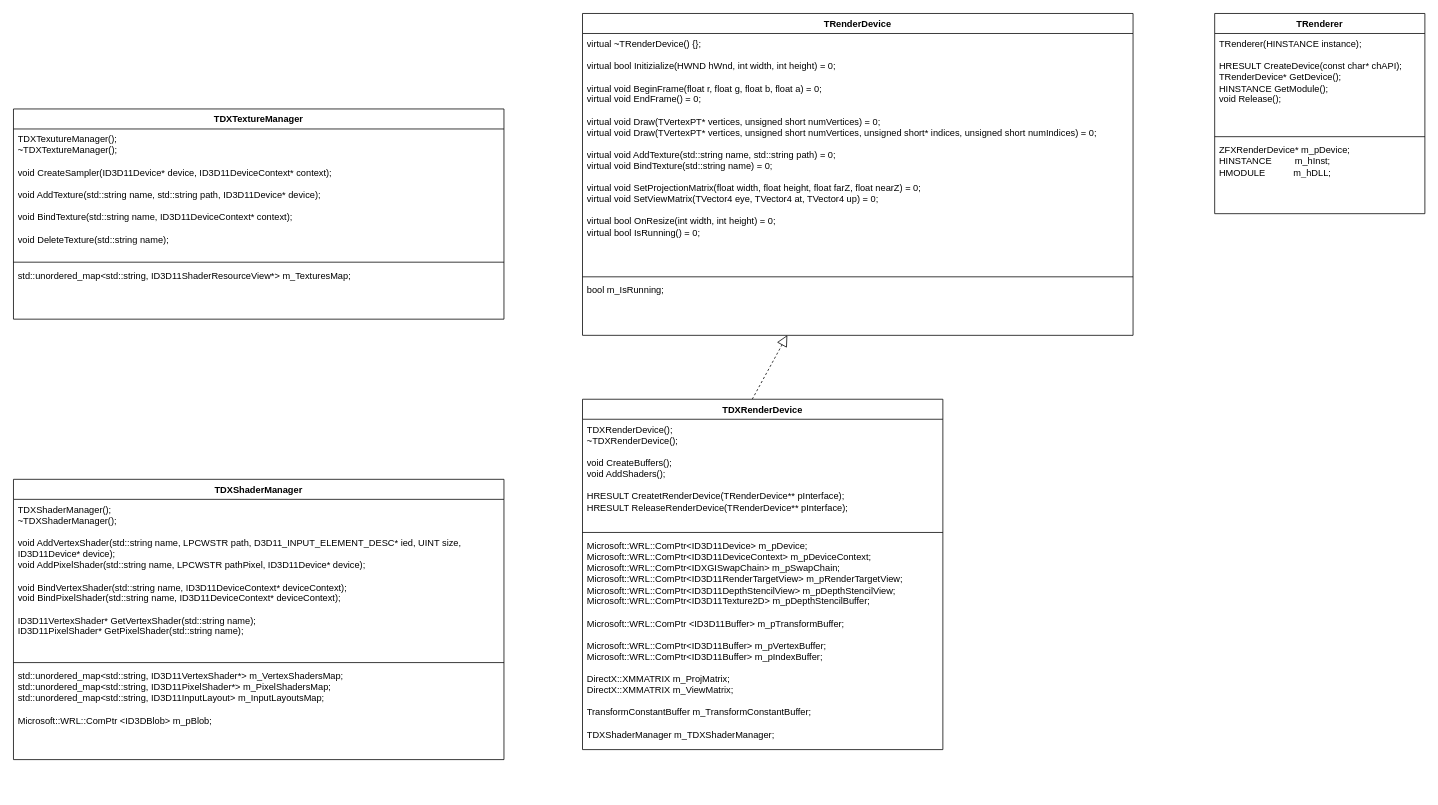
f1oating/TRender keeps this draw.io diagram as UML/TRenderer.drawio. Above is the earlier version. Source tidied: cells renumbered, new cells numbered last; positions are measured from the earlier drawing's top-left corner, leaving out a move shared by most shapes. Both pictures are drawn from the tidied source at 77%, with x=0, y=0 at pixel (13, 13).
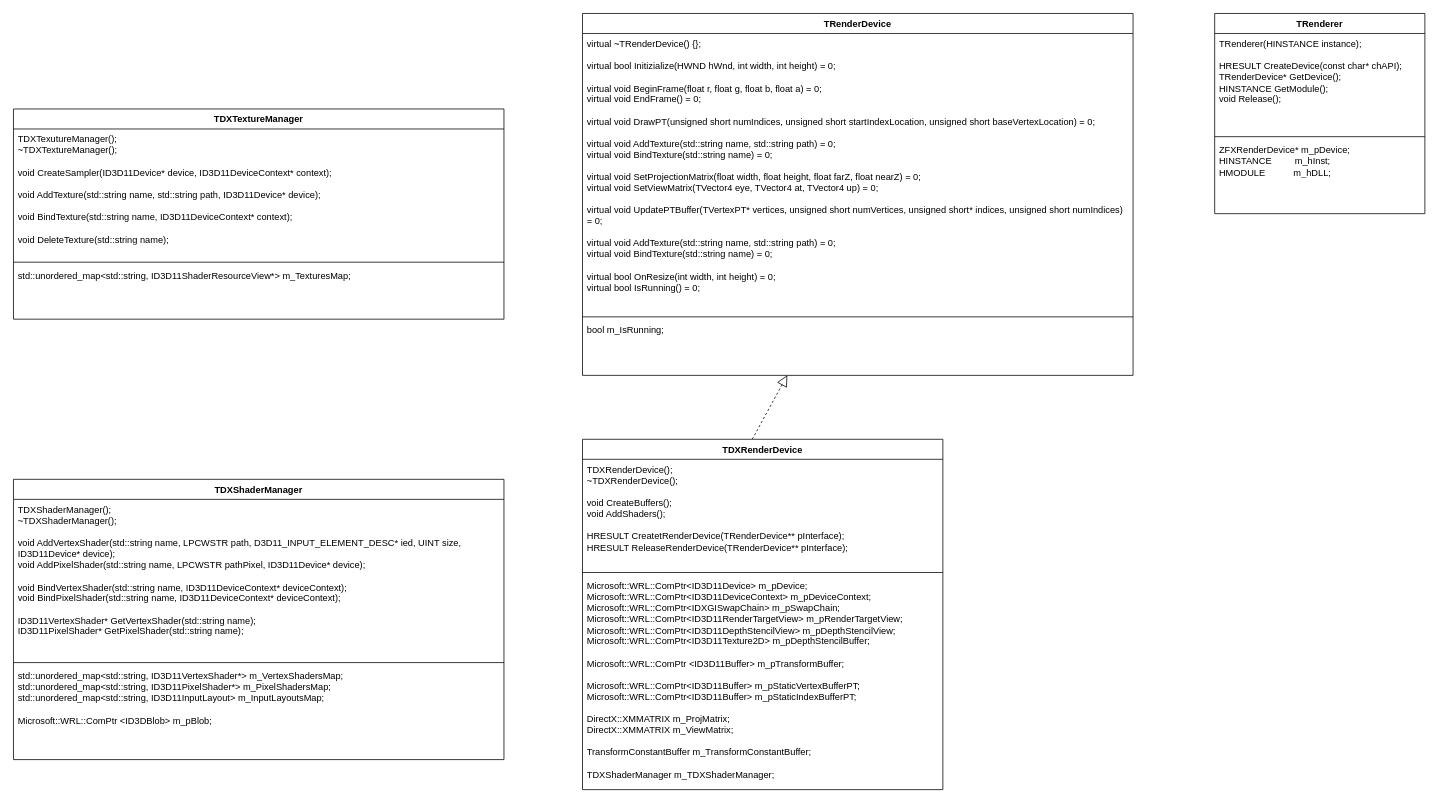
The same page after the edit.

Diff of the diagram source:
```diff
@@
     <mxCell id="2" value="TRenderDevice" style="swimlane;fontStyle=1;align=center;verticalAlign=top;horizontal=1;startSize=26;whiteSpace=wrap;html=1;" parent="1" vertex="1">
-      <mxGeometry x="739" width="715" height="418" as="geometry" />
+      <mxGeometry x="739" width="715" height="470" as="geometry" />
     </mxCell>
-    <mxCell id="3" value="&lt;div&gt;virtual ~TRenderDevice() {};&lt;br&gt;&lt;/div&gt;&lt;div&gt;&lt;br&gt;&lt;/div&gt;&lt;div&gt;virtual bool Initizialize(HWND hWnd, int width, int height) = 0;&lt;/div&gt;&lt;div&gt;&lt;br&gt;&lt;/div&gt;&lt;div&gt;virtual void BeginFrame(float r, float g, float b, float a) = 0;&lt;/div&gt;&lt;div&gt;virtual void EndFrame() = 0;&lt;/div&gt;&lt;div&gt;&lt;br&gt;&lt;/div&gt;&lt;div&gt;virtual void Draw(TVertexPT* vertices, unsigned short numVertices) = 0;&lt;br&gt;&lt;/div&gt;&lt;div&gt;virtual void Draw(TVertexPT* vertices, unsigned short numVertices, unsigned short* indices, unsigned short numIndices) = 0;&lt;br&gt;&lt;/div&gt;&lt;div&gt;&lt;br&gt;&lt;/div&gt;&lt;div&gt;virtual void AddTexture(std::string name, std::string path) = 0;&lt;br&gt;virtual void BindTexture(std::string name) = 0;&lt;br&gt;&lt;/div&gt;&lt;div&gt;&lt;br&gt;&lt;/div&gt;&lt;div&gt;virtual void SetProjectionMatrix(float width, float height, float farZ, float nearZ) = 0;&lt;/div&gt;&lt;div&gt;virtual void SetViewMatrix(TVector4 eye, TVector4 at, TVector4 up) = 0;&lt;br&gt;&lt;/div&gt;&lt;div&gt;&lt;br&gt;&lt;/div&gt;&lt;div&gt;virtual bool OnResize(int width, int height) = 0;&lt;/div&gt;&lt;div&gt;virtual bool IsRunning() = 0;&lt;br&gt;&lt;/div&gt;" style="text;strokeColor=none;fillColor=none;align=left;verticalAlign=top;spacingLeft=4;spacingRight=4;overflow=hidden;whiteSpace=wrap;html=1;" parent="2" vertex="1">
-      <mxGeometry y="26" width="715" height="312" as="geometry" />
+    <mxCell id="3" value="&lt;div&gt;virtual ~TRenderDevice() {};&lt;br&gt;&lt;/div&gt;&lt;div&gt;&lt;br&gt;&lt;/div&gt;&lt;div&gt;virtual bool Initizialize(HWND hWnd, int width, int height) = 0;&lt;/div&gt;&lt;div&gt;&lt;br&gt;&lt;/div&gt;&lt;div&gt;virtual void BeginFrame(float r, float g, float b, float a) = 0;&lt;/div&gt;&lt;div&gt;virtual void EndFrame() = 0;&lt;/div&gt;&lt;div&gt;&lt;br&gt;&lt;/div&gt;&lt;div&gt;virtual void DrawPT(unsigned short numIndices, unsigned short startIndexLocation, unsigned short baseVertexLocation) = 0;&lt;br&gt;&lt;/div&gt;&lt;div&gt;&lt;br&gt;&lt;/div&gt;&lt;div&gt;virtual void AddTexture(std::string name, std::string path) = 0;&lt;br&gt;virtual void BindTexture(std::string name) = 0;&lt;br&gt;&lt;/div&gt;&lt;div&gt;&lt;br&gt;&lt;/div&gt;&lt;div&gt;virtual void SetProjectionMatrix(float width, float height, float farZ, float nearZ) = 0;&lt;/div&gt;&lt;div&gt;virtual void SetViewMatrix(TVector4 eye, TVector4 at, TVector4 up) = 0;&lt;/div&gt;&lt;div&gt;&lt;br&gt;&lt;/div&gt;&lt;div&gt;virtual void UpdatePTBuffer(TVertexPT* vertices, unsigned short numVertices, unsigned short* indices, unsigned short numIndices) = 0;&lt;/div&gt;&lt;div&gt;&lt;br&gt;&lt;/div&gt;&lt;div&gt;virtual void AddTexture(std::string name, std::string path) = 0;&lt;br&gt;virtual void BindTexture(std::string name) = 0;&lt;br&gt;&lt;/div&gt;&lt;div&gt;&lt;br&gt;&lt;/div&gt;&lt;div&gt;virtual bool OnResize(int width, int height) = 0;&lt;/div&gt;&lt;div&gt;virtual bool IsRunning() = 0;&lt;br&gt;&lt;/div&gt;" style="text;strokeColor=none;fillColor=none;align=left;verticalAlign=top;spacingLeft=4;spacingRight=4;overflow=hidden;whiteSpace=wrap;html=1;" parent="2" vertex="1">
+      <mxGeometry y="26" width="715" height="364" as="geometry" />
     </mxCell>
     <mxCell id="4" style="line;strokeWidth=1;fillColor=none;align=left;verticalAlign=middle;spacingTop=-1;spacingLeft=3;spacingRight=3;labelPosition=right;strokeColor=inherit;" parent="2" vertex="1">
-      <mxGeometry y="338" width="715" height="8" as="geometry" />
+      <mxGeometry y="390" width="715" height="8" as="geometry" />
     </mxCell>
     <mxCell id="5" value="&lt;div&gt;bool m_IsRunning;&lt;br&gt;&lt;/div&gt;" style="text;strokeColor=none;fillColor=none;align=left;verticalAlign=top;spacingLeft=4;spacingRight=4;overflow=hidden;points=[[0,0.5],[1,0.5]];portConstraint=eastwest;whiteSpace=wrap;html=1;" parent="2" vertex="1">
-      <mxGeometry y="346" width="715" height="72" as="geometry" />
+      <mxGeometry y="398" width="715" height="72" as="geometry" />
     </mxCell>
@@
     <mxCell id="7" value="TDXRenderDevice" style="swimlane;fontStyle=1;align=center;verticalAlign=top;horizontal=1;startSize=26;whiteSpace=wrap;html=1;" parent="1" vertex="1">
-      <mxGeometry x="739" y="501" width="468" height="455" as="geometry" />
+      <mxGeometry x="739" y="553" width="468" height="455" as="geometry" />
     </mxCell>
@@
-    <mxCell id="10" value="&lt;div&gt;Microsoft::WRL::ComPtr&amp;lt;ID3D11Device&amp;gt; m_pDevice; Microsoft::WRL::ComPtr&amp;lt;ID3D11DeviceContext&amp;gt; m_pDeviceContext; Microsoft::WRL::ComPtr&amp;lt;IDXGISwapChain&amp;gt; m_pSwapChain; Microsoft::WRL::ComPtr&amp;lt;ID3D11RenderTargetView&amp;gt; m_pRenderTargetView; Microsoft::WRL::ComPtr&amp;lt;ID3D11DepthStencilView&amp;gt; m_pDepthStencilView; Microsoft::WRL::ComPtr&amp;lt;ID3D11Texture2D&amp;gt; m_pDepthStencilBuffer;&lt;br&gt;&lt;/div&gt;&lt;div&gt;&lt;br&gt;&lt;/div&gt;&lt;div&gt;Microsoft::WRL::ComPtr &amp;lt;ID3D11Buffer&amp;gt; m_pTransformBuffer;&lt;br&gt;&lt;/div&gt;&lt;div&gt;&lt;br&gt;Microsoft::WRL::ComPtr&amp;lt;ID3D11Buffer&amp;gt; m_pVertexBuffer;&lt;br&gt;Microsoft::WRL::ComPtr&amp;lt;ID3D11Buffer&amp;gt; m_pIndexBuffer;&lt;br&gt;&lt;/div&gt;&lt;div&gt;&lt;br&gt;&lt;/div&gt;&lt;div&gt;DirectX::XMMATRIX m_ProjMatrix;&lt;br&gt;DirectX::XMMATRIX m_ViewMatrix;&lt;/div&gt;&lt;div&gt;&lt;br&gt;&lt;/div&gt;&lt;div&gt;TransformConstantBuffer m_TransformConstantBuffer;&lt;br&gt;&lt;/div&gt;&lt;div&gt;&lt;br&gt;&lt;/div&gt;&lt;div&gt;TDXShaderManager m_TDXShaderManager;&lt;br&gt;&lt;br&gt;&lt;/div&gt;" style="text;strokeColor=none;fillColor=none;align=left;verticalAlign=top;spacingLeft=4;spacingRight=4;overflow=hidden;whiteSpace=wrap;html=1;" parent="7" vertex="1">
+    <mxCell id="10" value="&lt;div&gt;Microsoft::WRL::ComPtr&amp;lt;ID3D11Device&amp;gt; m_pDevice; Microsoft::WRL::ComPtr&amp;lt;ID3D11DeviceContext&amp;gt; m_pDeviceContext; Microsoft::WRL::ComPtr&amp;lt;IDXGISwapChain&amp;gt; m_pSwapChain; Microsoft::WRL::ComPtr&amp;lt;ID3D11RenderTargetView&amp;gt; m_pRenderTargetView; Microsoft::WRL::ComPtr&amp;lt;ID3D11DepthStencilView&amp;gt; m_pDepthStencilView; Microsoft::WRL::ComPtr&amp;lt;ID3D11Texture2D&amp;gt; m_pDepthStencilBuffer;&lt;br&gt;&lt;/div&gt;&lt;div&gt;&lt;br&gt;&lt;/div&gt;&lt;div&gt;Microsoft::WRL::ComPtr &amp;lt;ID3D11Buffer&amp;gt; m_pTransformBuffer;&lt;br&gt;&lt;/div&gt;&lt;div&gt;&lt;br&gt;Microsoft::WRL::ComPtr&amp;lt;ID3D11Buffer&amp;gt; m_pStaticVertexBufferPT;&lt;br&gt;Microsoft::WRL::ComPtr&amp;lt;ID3D11Buffer&amp;gt; m_pStaticIndexBufferPT;&lt;br&gt;&lt;/div&gt;&lt;div&gt;&lt;br&gt;&lt;/div&gt;&lt;div&gt;DirectX::XMMATRIX m_ProjMatrix;&lt;br&gt;DirectX::XMMATRIX m_ViewMatrix;&lt;/div&gt;&lt;div&gt;&lt;br&gt;&lt;/div&gt;&lt;div&gt;TransformConstantBuffer m_TransformConstantBuffer;&lt;br&gt;&lt;/div&gt;&lt;div&gt;&lt;br&gt;&lt;/div&gt;&lt;div&gt;TDXShaderManager m_TDXShaderManager;&lt;br&gt;&lt;br&gt;&lt;/div&gt;" style="text;strokeColor=none;fillColor=none;align=left;verticalAlign=top;spacingLeft=4;spacingRight=4;overflow=hidden;whiteSpace=wrap;html=1;" parent="7" vertex="1">
       <mxGeometry y="177" width="468" height="278" as="geometry" />
     </mxCell>
```
